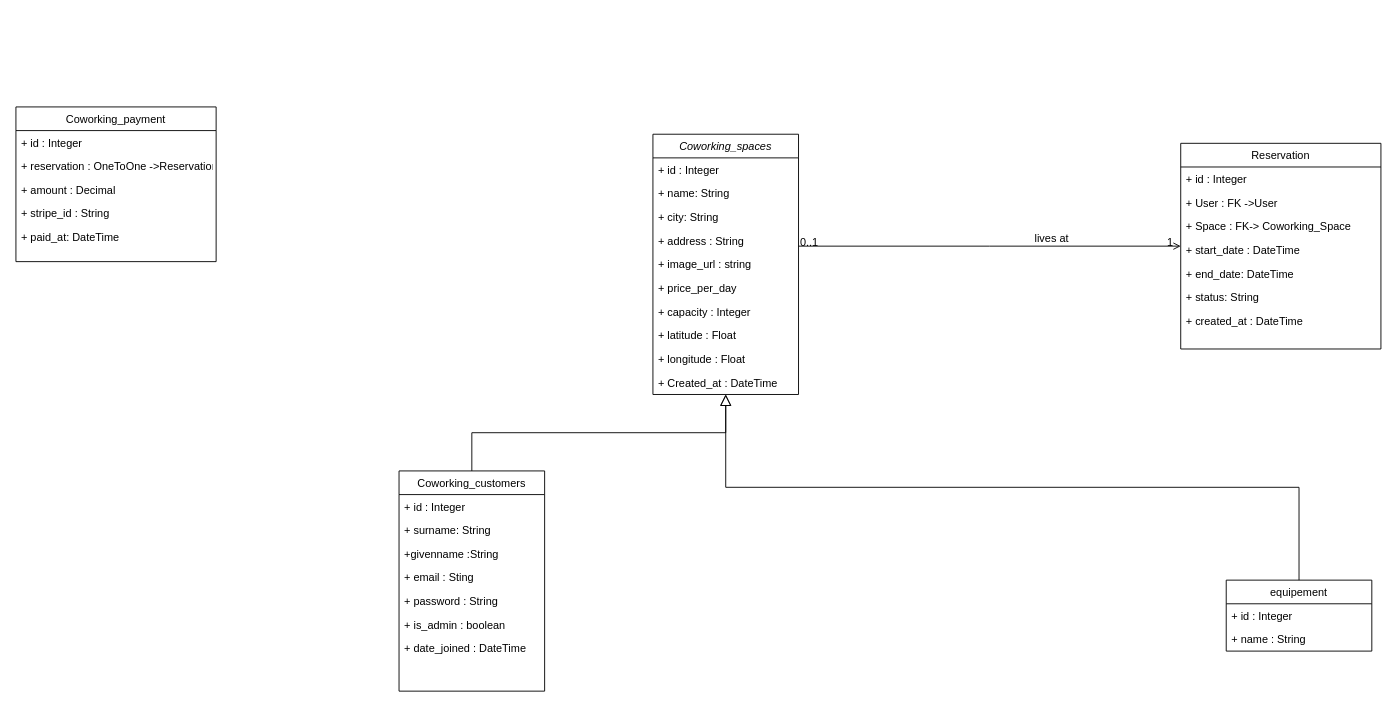
Above: coworking.drawio in Kiramy09/coworking_app (draw.io), before the change. Source tidied: cells renumbered, new cells numbered last; positions are measured from the earlier drawing's top-left corner, leaving out a move shared by most shapes. Both pictures are drawn from the tidied source at 91%, with x=0, y=0 at pixel (15, 106).
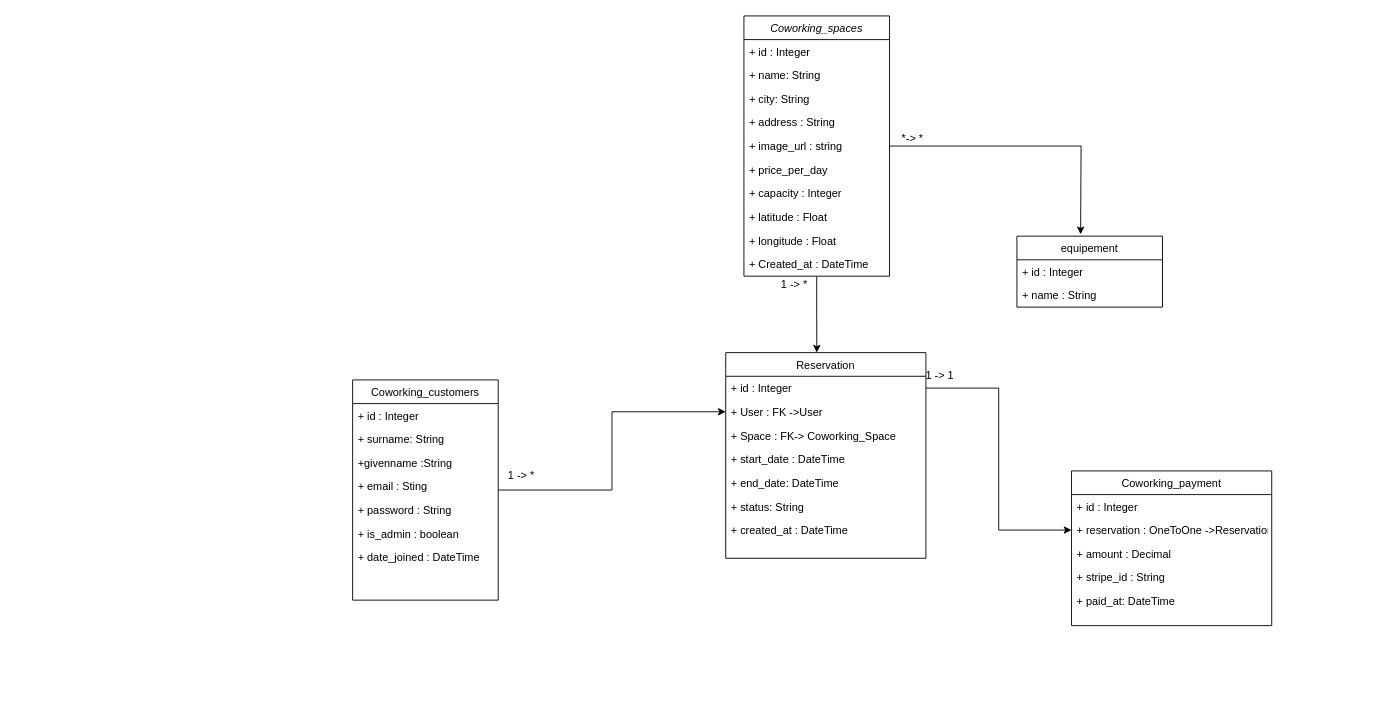
After the change.

The change refers to these unchanged cells:
```xml
<mxCell id="7" value="+ image_url : string" style="text;align=left;verticalAlign=top;spacingLeft=4;spacingRight=4;overflow=hidden;points=[[0,0.5],[1,0.5]];portConstraint=eastwest;" parent="2" vertex="1">
  <mxGeometry y="130" width="160" height="26" as="geometry" />
</mxCell>
<mxCell id="27" value="+ id : Integer" style="text;align=left;verticalAlign=top;spacingLeft=4;spacingRight=4;overflow=hidden;points=[[0,0.5],[1,0.5]];portConstraint=eastwest;" parent="26" vertex="1">
  <mxGeometry y="26" width="220" height="26" as="geometry" />
</mxCell>
<mxCell id="28" value="+ User : FK -&gt;User" style="text;align=left;verticalAlign=top;spacingLeft=4;spacingRight=4;overflow=hidden;points=[[0,0.5],[1,0.5]];portConstraint=eastwest;rounded=0;shadow=0;html=0;" parent="26" vertex="1">
  <mxGeometry y="52" width="220" height="26" as="geometry" />
</mxCell>
<mxCell id="40" value="+ reservation : OneToOne -&gt;Reservation" style="text;align=left;verticalAlign=top;spacingLeft=4;spacingRight=4;overflow=hidden;points=[[0,0.5],[1,0.5]];portConstraint=eastwest;rounded=0;shadow=0;html=0;" parent="38" vertex="1">
  <mxGeometry y="52" width="220" height="26" as="geometry" />
</mxCell>
```

The edit, as a diff of the source:
```diff
@@
     <mxCell id="2" value="Coworking_spaces" style="swimlane;fontStyle=2;align=center;verticalAlign=top;horizontal=1;startSize=26;rounded=0;shadow=0;strokeWidth=1;" parent="1" vertex="1">
-      <mxGeometry x="700" y="30" width="160" height="286" as="geometry" />
+      <mxGeometry x="800" y="-100" width="160" height="286" as="geometry" />
     </mxCell>
@@
+    <mxCell id="44" style="edgeStyle=orthogonalEdgeStyle;rounded=0;jettySize=auto;html=1;" parent="2" edge="1" source="7">
+      <mxGeometry relative="1" as="geometry">
+        <mxPoint x="370" y="240" as="targetPoint" />
+      </mxGeometry>
+    </mxCell>
@@
+    <mxCell id="45" style="edgeStyle=orthogonalEdgeStyle;rounded=0;jettySize=auto;html=1;entryX=0;entryY=0.5;entryDx=0;entryDy=0;" parent="1" edge="1" source="13" target="28">
+      <mxGeometry relative="1" as="geometry" />
+    </mxCell>
     <mxCell id="13" value="Coworking_customers" style="swimlane;fontStyle=0;align=center;verticalAlign=top;horizontal=1;startSize=26;rounded=0;shadow=0;strokeWidth=1;" parent="1" vertex="1">
-      <mxGeometry x="421" y="400" width="160" height="242" as="geometry" />
+      <mxGeometry x="370" y="300" width="160" height="242" as="geometry" />
     </mxCell>
@@
-    <mxCell id="21" style="endArrow=block;endSize=10;endFill=0;shadow=0;strokeWidth=1;rounded=0;curved=0;edgeStyle=elbowEdgeStyle;elbow=vertical;" parent="1" edge="1" source="13" target="2">
-      <mxGeometry relative="1" as="geometry" />
-    </mxCell>
     <mxCell id="22" value="equipement" style="swimlane;fontStyle=0;align=center;verticalAlign=top;horizontal=1;startSize=26;rounded=0;shadow=0;strokeWidth=1;" parent="1" vertex="1">
-      <mxGeometry x="1330" y="520" width="160" height="78" as="geometry" />
+      <mxGeometry x="1100" y="142" width="160" height="78" as="geometry" />
     </mxCell>
@@
-    <mxCell id="25" style="endArrow=block;endSize=10;endFill=0;shadow=0;strokeWidth=1;rounded=0;curved=0;edgeStyle=elbowEdgeStyle;elbow=vertical;" parent="1" edge="1" source="22" target="2">
-      <mxGeometry relative="1" as="geometry" />
-    </mxCell>
     <mxCell id="26" value="Reservation" style="swimlane;fontStyle=0;align=center;verticalAlign=top;horizontal=1;startSize=26;rounded=0;shadow=0;strokeWidth=1;" parent="1" vertex="1">
-      <mxGeometry x="1280" y="40" width="220" height="226" as="geometry" />
+      <mxGeometry x="780" y="270" width="220" height="226" as="geometry" />
     </mxCell>
@@
-    <mxCell id="34" style="endArrow=open;shadow=0;strokeWidth=1;rounded=0;curved=0;endFill=1;edgeStyle=elbowEdgeStyle;elbow=vertical;" parent="1" edge="1" source="2" target="26">
-      <mxGeometry x="0.5" y="41" relative="1" as="geometry">
-        <mxPoint x="-40" y="32" as="offset" />
-      </mxGeometry>
-    </mxCell>
-    <mxCell id="35" value="0..1" style="align=left;verticalAlign=bottom;labelBackgroundColor=none;fontSize=12;" parent="34" vertex="1">
-      <mxGeometry x="-1" relative="1" as="geometry">
-        <mxPoint y="4" as="offset" />
-      </mxGeometry>
-    </mxCell>
-    <mxCell id="36" value="1" style="align=right;verticalAlign=bottom;labelBackgroundColor=none;fontSize=12;" parent="34" vertex="1">
-      <mxGeometry x="1" relative="1" as="geometry">
-        <mxPoint x="-7" y="4" as="offset" />
-      </mxGeometry>
-    </mxCell>
-    <mxCell id="37" value="lives at" style="text;html=1;align=center;verticalAlign=middle;labelBackgroundColor=none;rounded=0;shadow=0;strokeWidth=1;fontSize=12;" parent="34" vertex="1">
-      <mxGeometry x="0.5" y="49" relative="1" as="geometry">
-        <mxPoint x="-38" y="40" as="offset" />
-      </mxGeometry>
-    </mxCell>
     <mxCell id="38" value="Coworking_payment" style="swimlane;fontStyle=0;align=center;verticalAlign=top;horizontal=1;startSize=26;rounded=0;shadow=0;strokeWidth=1;" parent="1" vertex="1">
-      <mxGeometry width="220" height="170" as="geometry" />
+      <mxGeometry x="1160" y="400" width="220" height="170" as="geometry" />
     </mxCell>
@@
+    <mxCell id="46" value="1 -&amp;gt; *" style="text;html=1;align=center;verticalAlign=middle;strokeColor=none;fillColor=none;" parent="1" vertex="1">
+      <mxGeometry x="530" y="390" width="50" height="30" as="geometry" />
+    </mxCell>
+    <mxCell id="34" style="edgeStyle=orthogonalEdgeStyle;rounded=0;jettySize=auto;html=1;entryX=0.455;entryY=0;entryDx=0;entryDy=0;entryPerimeter=0;" parent="1" edge="1" source="2" target="26">
+      <mxGeometry relative="1" as="geometry" />
+    </mxCell>
+    <mxCell id="47" value="1 -&amp;gt; *" style="text;html=1;align=center;verticalAlign=middle;strokeColor=none;fillColor=none;" parent="1" vertex="1">
+      <mxGeometry x="830" y="180" width="50" height="30" as="geometry" />
+    </mxCell>
+    <mxCell id="48" value="*-&amp;gt; *" style="text;html=1;align=center;verticalAlign=middle;strokeColor=none;fillColor=none;" parent="1" vertex="1">
+      <mxGeometry x="960" y="20" width="50" height="30" as="geometry" />
+    </mxCell>
+    <mxCell id="49" style="edgeStyle=orthogonalEdgeStyle;rounded=0;jettySize=auto;html=1;entryX=0;entryY=0.5;entryDx=0;entryDy=0;" parent="1" edge="1" source="27" target="40">
+      <mxGeometry relative="1" as="geometry" />
+    </mxCell>
+    <mxCell id="50" value="1 -&amp;gt; 1" style="text;html=1;align=center;verticalAlign=middle;strokeColor=none;fillColor=none;" parent="1" vertex="1">
+      <mxGeometry x="990" y="280" width="50" height="30" as="geometry" />
+    </mxCell>
```
